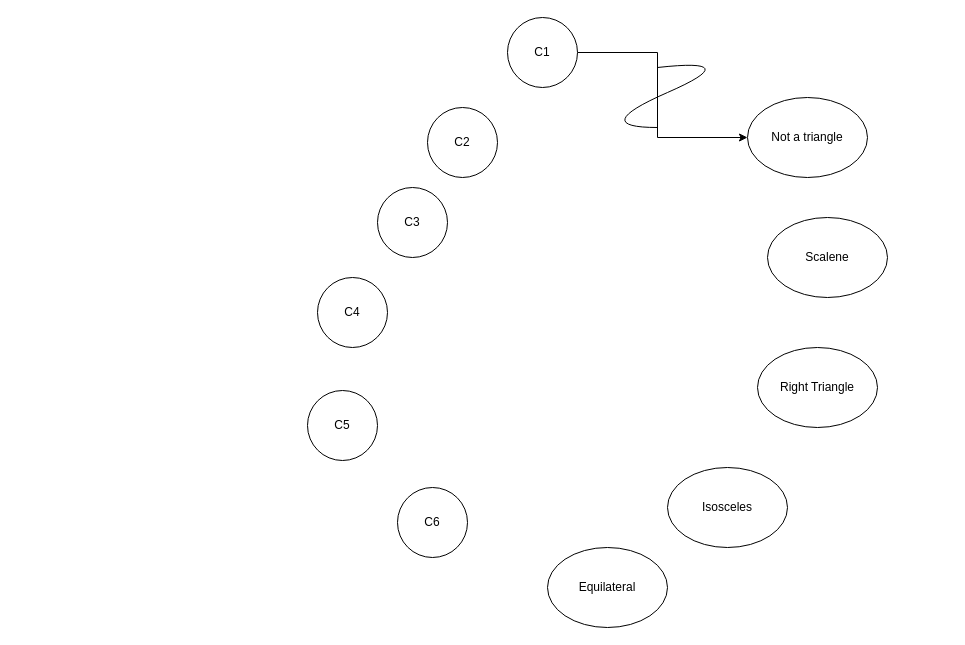
This is Untitled Diagram.drawio from PhucDoan00/cause-effect-diagram, a draw.io file, before an edit. Source tidied: cells renumbered, new cells numbered last; positions are measured from the earlier drawing's top-left corner, leaving out a move shared by most shapes. Both pictures are drawn from the tidied source at 100%, with x=0, y=0 at pixel (307, 17).
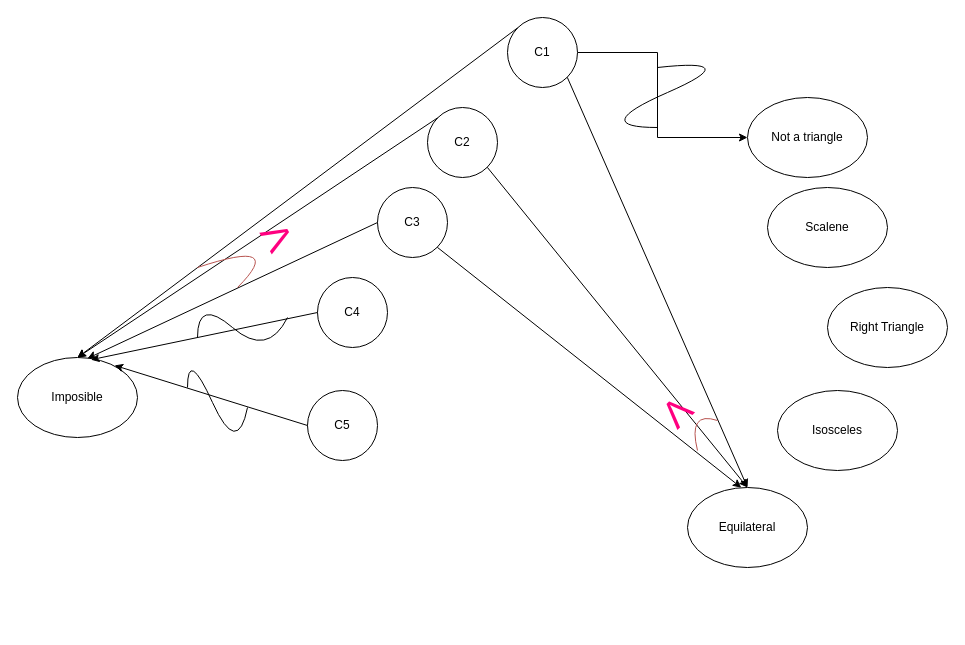
Above is the later version.

Unchanged cells that the change refers to:
```xml
<mxCell id="7" value="C3" style="ellipse;whiteSpace=wrap;html=1;" parent="1" vertex="1">
  <mxGeometry x="70" y="170" width="70" height="70" as="geometry" />
</mxCell>
<mxCell id="9" value="C4" style="ellipse;whiteSpace=wrap;html=1;" parent="1" vertex="1">
  <mxGeometry x="10" y="260" width="70" height="70" as="geometry" />
</mxCell>
<mxCell id="10" value="C2" style="ellipse;whiteSpace=wrap;html=1;" parent="1" vertex="1">
  <mxGeometry x="120" y="90" width="70" height="70" as="geometry" />
</mxCell>
<mxCell id="11" value="C5" style="ellipse;whiteSpace=wrap;html=1;" parent="1" vertex="1">
  <mxGeometry y="373" width="70" height="70" as="geometry" />
</mxCell>
<mxCell id="13" value="C1" style="ellipse;whiteSpace=wrap;html=1;" parent="1" vertex="1">
  <mxGeometry x="200" width="70" height="70" as="geometry" />
</mxCell>
```

The edit, as a diff of the source:
```diff
@@
     <mxCell id="3" value="Scalene" style="ellipse;whiteSpace=wrap;html=1;" parent="1" vertex="1">
-      <mxGeometry x="460" y="200" width="120" height="80" as="geometry" />
+      <mxGeometry x="460" y="170" width="120" height="80" as="geometry" />
     </mxCell>
     <mxCell id="4" value="Isosceles" style="ellipse;whiteSpace=wrap;html=1;" parent="1" vertex="1">
-      <mxGeometry x="360" y="450" width="120" height="80" as="geometry" />
+      <mxGeometry x="470" y="373" width="120" height="80" as="geometry" />
     </mxCell>
     <mxCell id="5" value="Equilateral" style="ellipse;whiteSpace=wrap;html=1;" parent="1" vertex="1">
-      <mxGeometry x="240" y="530" width="120" height="80" as="geometry" />
+      <mxGeometry x="380" y="470" width="120" height="80" as="geometry" />
     </mxCell>
     <mxCell id="6" value="Right Triangle" style="ellipse;whiteSpace=wrap;html=1;" parent="1" vertex="1">
-      <mxGeometry x="450" y="330" width="120" height="80" as="geometry" />
+      <mxGeometry x="520" y="270" width="120" height="80" as="geometry" />
     </mxCell>
@@
-    <mxCell id="8" value="C6" style="ellipse;whiteSpace=wrap;html=1;" parent="1" vertex="1">
-      <mxGeometry x="90" y="470" width="70" height="70" as="geometry" />
-    </mxCell>
@@
+    <mxCell id="15" value="Imposible" style="ellipse;whiteSpace=wrap;html=1;" parent="1" vertex="1">
+      <mxGeometry x="-290" y="340" width="120" height="80" as="geometry" />
+    </mxCell>
+    <mxCell id="16" style="endArrow=classic;html=1;exitX=1;exitY=1;exitDx=0;exitDy=0;entryX=0.5;entryY=0;entryDx=0;entryDy=0;" parent="1" edge="1" source="13" target="5">
+      <mxGeometry relative="1" as="geometry" />
+    </mxCell>
+    <mxCell id="17" style="endArrow=classic;html=1;exitX=1;exitY=1;exitDx=0;exitDy=0;" parent="1" edge="1" source="10">
+      <mxGeometry relative="1" as="geometry">
+        <mxPoint x="440" y="470" as="targetPoint" />
+      </mxGeometry>
+    </mxCell>
+    <mxCell id="18" style="endArrow=classic;html=1;exitX=1;exitY=1;exitDx=0;exitDy=0;entryX=0.448;entryY=0.002;entryDx=0;entryDy=0;entryPerimeter=0;" parent="1" edge="1" source="7" target="5">
+      <mxGeometry relative="1" as="geometry" />
+    </mxCell>
+    <mxCell id="19" style="endArrow=none;html=1;curved=1;fillColor=#f8cecc;strokeColor=#b85450;" parent="1" edge="1">
+      <mxGeometry relative="1" as="geometry">
+        <mxPoint x="390" y="433" as="sourcePoint" />
+        <mxPoint x="410" y="403" as="targetPoint" />
+        <Array as="points">
+          <mxPoint x="380" y="393" />
+        </Array>
+      </mxGeometry>
+    </mxCell>
+    <mxCell id="20" value="V" style="text;html=1;align=center;verticalAlign=middle;whiteSpace=wrap;rounded=0;rotation=-225;fontSize=38;fontColor=#FF0080;" parent="1" vertex="1">
+      <mxGeometry x="350" y="385" width="40" height="20" as="geometry" />
+    </mxCell>
+    <mxCell id="21" style="endArrow=classic;html=1;fontSize=38;fontColor=#FF0080;exitX=0;exitY=0;exitDx=0;exitDy=0;entryX=0.5;entryY=0;entryDx=0;entryDy=0;" parent="1" edge="1" source="13" target="15">
+      <mxGeometry relative="1" as="geometry" />
+    </mxCell>
+    <mxCell id="22" style="endArrow=classic;html=1;fontSize=38;fontColor=#FF0080;exitX=0;exitY=0;exitDx=0;exitDy=0;entryX=0.5;entryY=0;entryDx=0;entryDy=0;" parent="1" edge="1" source="10" target="15">
+      <mxGeometry relative="1" as="geometry" />
+    </mxCell>
+    <mxCell id="23" style="endArrow=classic;html=1;fontSize=38;fontColor=#FF0080;exitX=0;exitY=0.5;exitDx=0;exitDy=0;entryX=0.583;entryY=0.012;entryDx=0;entryDy=0;entryPerimeter=0;" parent="1" edge="1" source="7" target="15">
+      <mxGeometry relative="1" as="geometry" />
+    </mxCell>
+    <mxCell id="24" style="endArrow=classic;html=1;fontSize=38;fontColor=#FF0080;exitX=0;exitY=0.5;exitDx=0;exitDy=0;entryX=0.612;entryY=0.028;entryDx=0;entryDy=0;entryPerimeter=0;" parent="1" edge="1" source="9" target="15">
+      <mxGeometry relative="1" as="geometry" />
+    </mxCell>
+    <mxCell id="25" style="endArrow=classic;html=1;fontSize=38;fontColor=#FF0080;exitX=0;exitY=0.5;exitDx=0;exitDy=0;entryX=0.809;entryY=0.099;entryDx=0;entryDy=0;entryPerimeter=0;" parent="1" edge="1" source="11" target="15">
+      <mxGeometry relative="1" as="geometry" />
+    </mxCell>
+    <mxCell id="26" style="endArrow=none;html=1;fontSize=38;fontColor=#FF0080;curved=1;fillColor=#f8cecc;strokeColor=#b85450;" parent="1" edge="1">
+      <mxGeometry relative="1" as="geometry">
+        <mxPoint x="-70" y="270" as="sourcePoint" />
+        <mxPoint x="-110" y="250" as="targetPoint" />
+        <Array as="points">
+          <mxPoint x="-20" y="220" />
+        </Array>
+      </mxGeometry>
+    </mxCell>
+    <mxCell id="27" value="V" style="text;html=1;align=center;verticalAlign=middle;whiteSpace=wrap;rounded=0;rotation=-120;fontSize=38;fontColor=#FF0080;" parent="1" vertex="1">
+      <mxGeometry x="-50" y="210" width="40" height="20" as="geometry" />
+    </mxCell>
+    <mxCell id="28" style="endArrow=none;html=1;fontSize=38;fontColor=#FF0080;strokeColor=none;" parent="1" edge="1">
+      <mxGeometry relative="1" as="geometry">
+        <mxPoint x="-120" y="320" as="sourcePoint" />
+        <mxPoint x="-30" y="310" as="targetPoint" />
+      </mxGeometry>
+    </mxCell>
+    <mxCell id="29" style="endArrow=none;html=1;fontSize=38;fontColor=#FF0080;curved=1;" parent="1" edge="1">
+      <mxGeometry relative="1" as="geometry">
+        <mxPoint x="-110" y="320" as="sourcePoint" />
+        <mxPoint x="-20" y="300" as="targetPoint" />
+        <Array as="points">
+          <mxPoint x="-110" y="280" />
+          <mxPoint x="-40" y="340" />
+        </Array>
+      </mxGeometry>
+    </mxCell>
+    <mxCell id="30" style="endArrow=none;html=1;fontSize=38;fontColor=#FF0080;curved=1;" parent="1" edge="1">
+      <mxGeometry relative="1" as="geometry">
+        <mxPoint x="-120" y="370" as="sourcePoint" />
+        <mxPoint x="-60" y="390" as="targetPoint" />
+        <Array as="points">
+          <mxPoint x="-120" y="330" />
+          <mxPoint x="-70" y="440" />
+        </Array>
+      </mxGeometry>
+    </mxCell>
```
